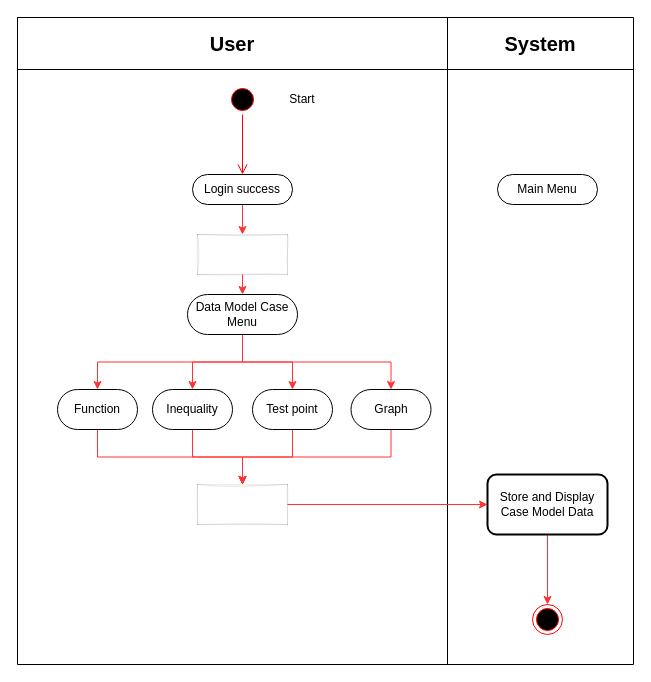
Above: page "Activity Case Model" (3 of 5) of rpl/tugas1/uml.drawio in Rizqirazkafi/kuliah-y2 (draw.io), before the change. Source tidied: cells renumbered, new cells numbered last; positions are measured from the earlier drawing's top-left corner, leaving out a move shared by most shapes. Both pictures are drawn from the tidied source at 100%, with x=0, y=0 at pixel (17, 17).
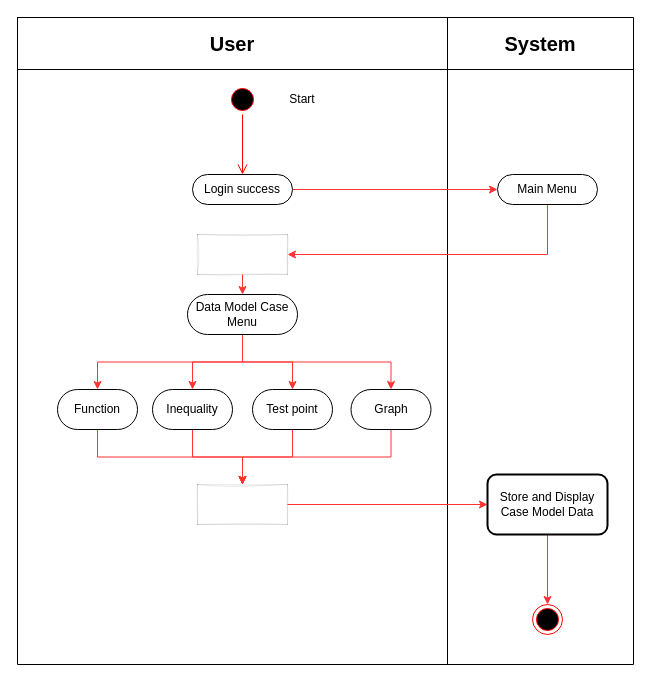
The same diagram, later.

The change refers to these unchanged cells:
```xml
<mxCell id="13" value="Login success" style="rounded=1;whiteSpace=wrap;html=1;arcSize=50;" parent="1" vertex="1">
  <mxGeometry x="175" y="157" width="100" height="30" as="geometry" />
</mxCell>
<mxCell id="14" value="Main Menu" style="rounded=1;whiteSpace=wrap;html=1;arcSize=50;" parent="1" vertex="1">
  <mxGeometry x="480" y="157" width="100" height="30" as="geometry" />
</mxCell>
<mxCell id="16" style="rounded=0;whiteSpace=wrap;html=1;gradientColor=none;gradientDirection=east;fillColor=#000000;sketch=1;glass=0;strokeWidth=0;perimeterSpacing=0;" parent="1" vertex="1">
  <mxGeometry x="180" y="217" width="90" height="40" as="geometry" />
</mxCell>
```

Diff of the diagram source:
```diff
@@
-    <mxCell id="12" style="edgeStyle=orthogonalEdgeStyle;rounded=0;jettySize=auto;html=1;exitX=0.5;exitY=1;exitDx=0;exitDy=0;strokeColor=#FF3333;" parent="1" edge="1" source="13" target="16">
+    <mxCell id="12" style="edgeStyle=orthogonalEdgeStyle;rounded=0;jettySize=auto;html=1;exitX=1;exitY=0.5;exitDx=0;exitDy=0;strokeColor=#FF3333;entryX=0;entryY=0.5;entryDx=0;entryDy=0;" parent="1" edge="1" source="13" target="14">
       <mxGeometry relative="1" as="geometry" />
     </mxCell>
@@
+    <mxCell id="35" style="edgeStyle=orthogonalEdgeStyle;rounded=0;jettySize=auto;html=1;exitX=0.5;exitY=1;exitDx=0;exitDy=0;entryX=1;entryY=0.5;entryDx=0;entryDy=0;strokeColor=#FF3333;" parent="1" edge="1" source="14" target="16">
+      <mxGeometry relative="1" as="geometry" />
+    </mxCell>
```
